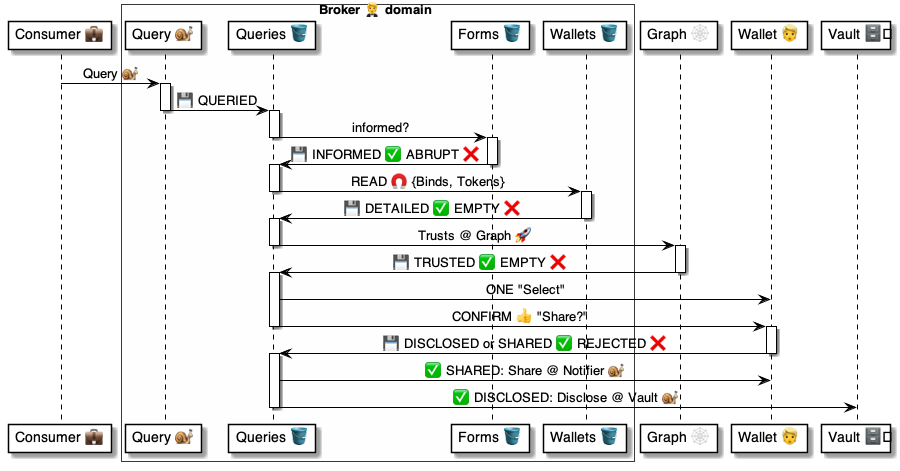
Before: 4 ⚙️ Solution/20 🧑‍🦰 UI/Brokers 🤵/🤵🪣 Broker tables/Queries 💼 table/🪣 Queries/🤵 Broker.Queries ⚙️ uml.png, a diagram exported from PlantUML (pollyweb-org/pollyweb-docs). Its source is kept beside it as 4 ⚙️ Solution/20 🧑‍🦰 UI/Brokers 🤵/🤵🪣 Broker tables/Queries 💼 table/🪣 Queries/🤵 Broker.Queries ⚙️ uml.puml.
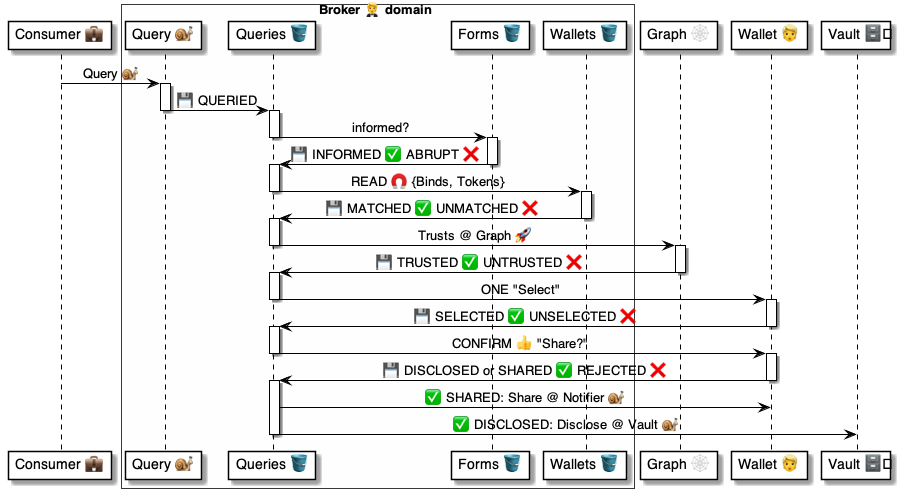
The same diagram one commit later.

What changed in the source:
```diff
@@ -30,7 +30,7 @@
 deactivate queries
 
 activate wallets
-    wallets -> queries: 💾 DETAILED ✅ EMPTY ❌
+    wallets -> queries: 💾 MATCHED ✅ UNMATCHED ❌
 deactivate wallets
 
 activate queries
@@ -38,11 +38,18 @@
 deactivate queries
 
 activate graph
-    graph -> queries: 💾 TRUSTED ✅ EMPTY ❌
+    graph -> queries: 💾 TRUSTED ✅ UNTRUSTED ❌
 deactivate graph
 
 activate queries
     queries -> wallet: ONE "Select"
+deactivate queries
+
+activate wallet
+    wallet -> queries: 💾 SELECTED ✅ UNSELECTED ❌
+deactivate wallet
+
+activate queries
     queries -> wallet: CONFIRM 👍 "Share?"
 deactivate queries
 
```
